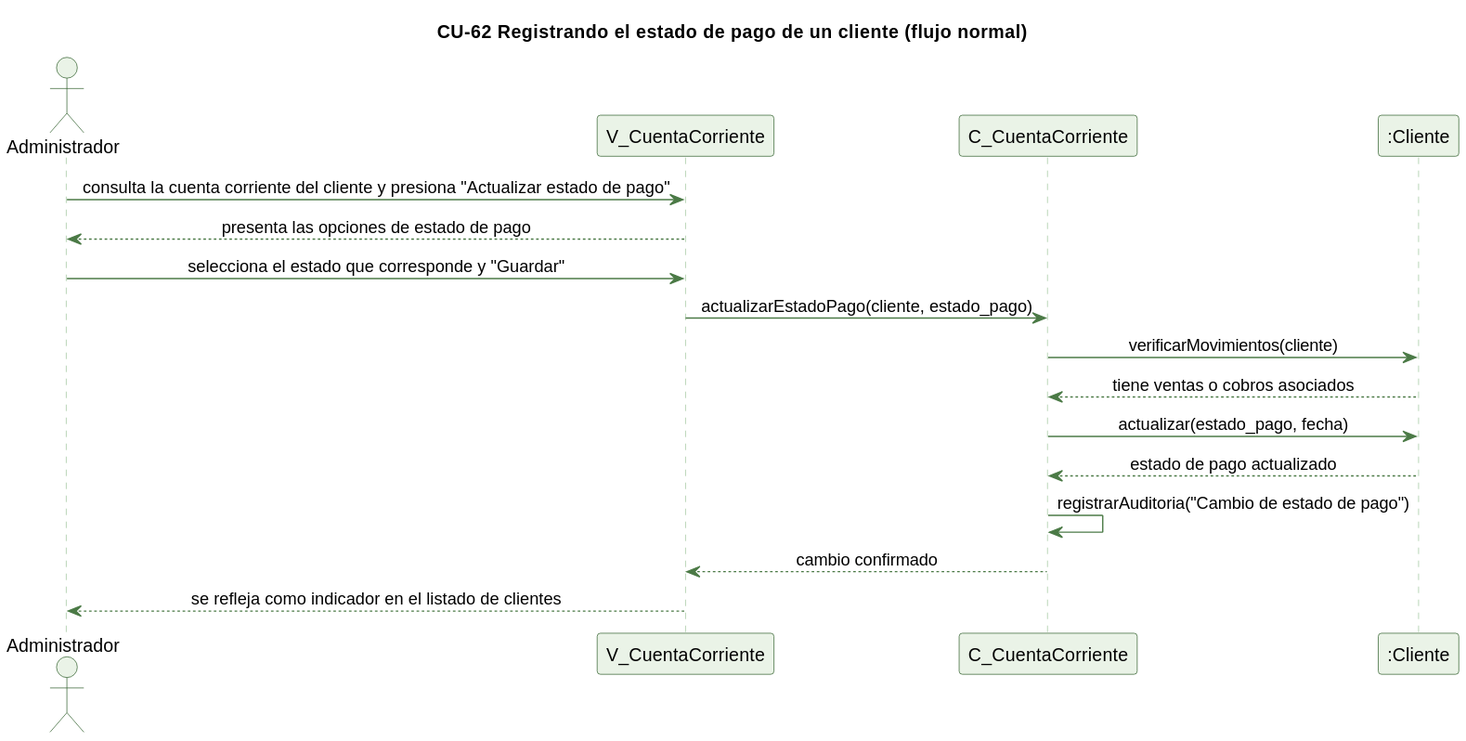
This is docs/trabajo-grupal/diagramas/secuencias/cu62-estado-pago-normal.svg from kenjikaese/Triverde, a PlantUML export, as it was before one commit.
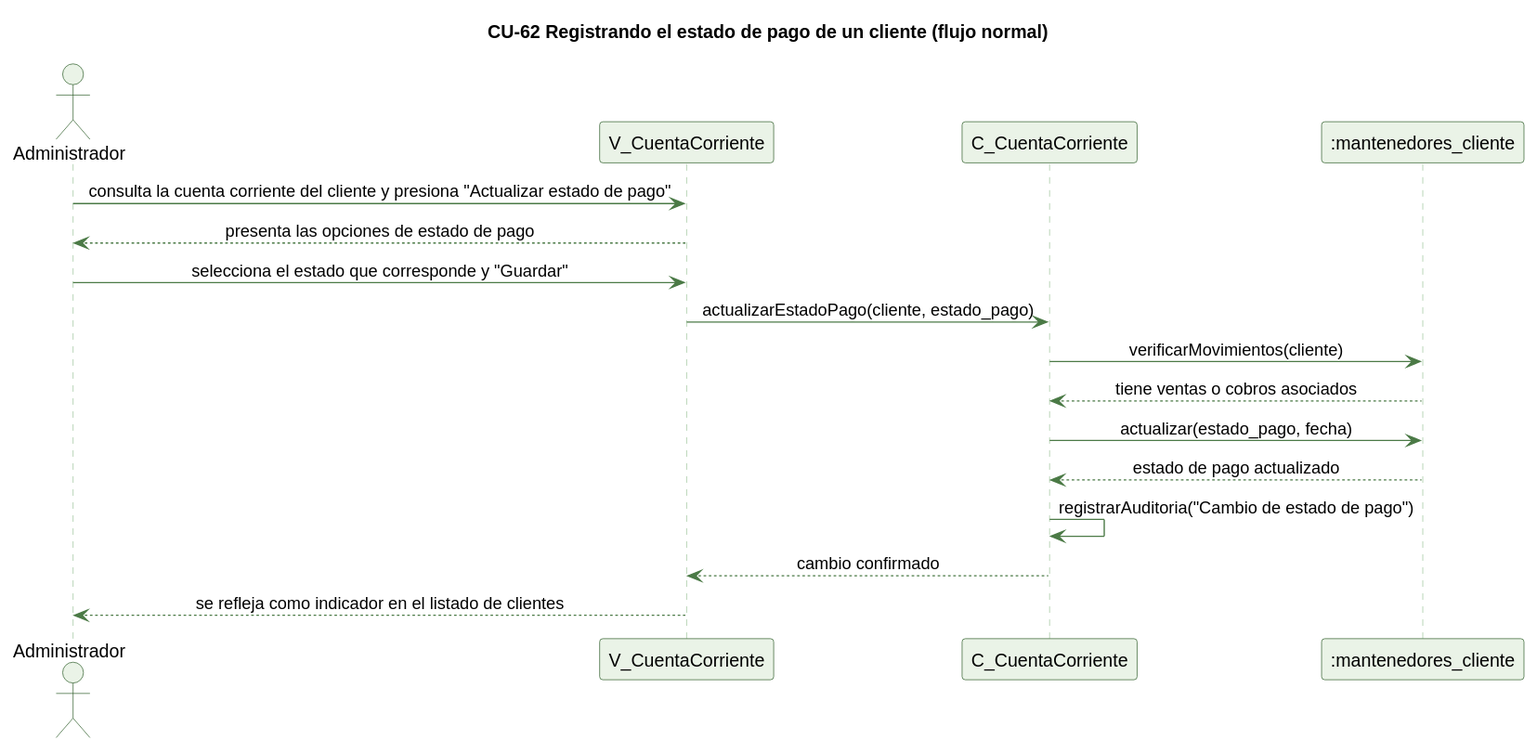
Later version of the same file.

The edit, as a diff of the source:
```diff
@@ -15,7 +15,7 @@
 actor Administrador
 participant "V_CuentaCorriente" as V
 participant "C_CuentaCorriente" as C
-participant ":Cliente" as CL
+participant ":mantenedores_cliente" as CL
 
 Administrador -> V : consulta la cuenta corriente del cliente y presiona "Actualizar estado de pago"
 V --> Administrador : presenta las opciones de estado de pago
```
